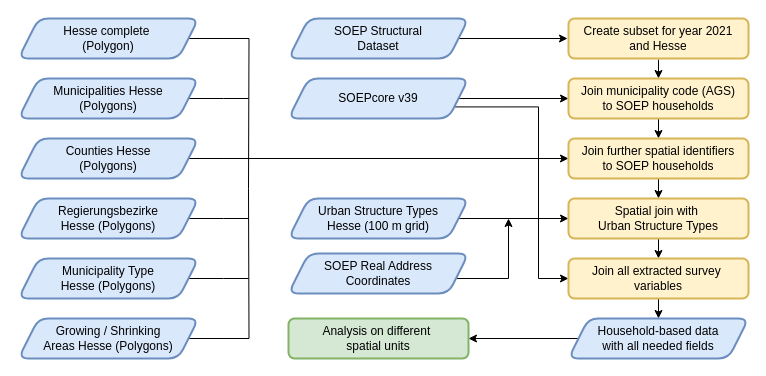
traveller195/draw_io keeps this draw.io diagram as sora/ilus_soep_flowchart_001.drawio. Above is the earlier version. Source tidied: cells renumbered, new cells numbered last; positions are measured from the earlier drawing's top-left corner, leaving out a move shared by most shapes. Both pictures are drawn from the tidied source at 100%, with x=0, y=0 at pixel (18, 18).
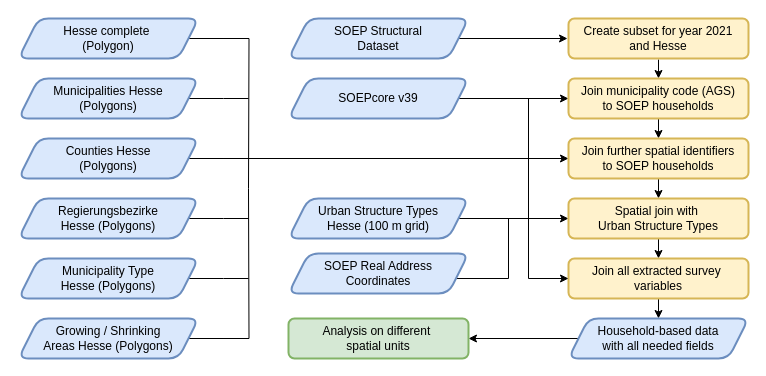
The same page after the edit.

Unchanged cells that the change refers to:
```xml
<mxCell id="6" value="SOEPcore v39" style="shape=parallelogram;perimeter=parallelogramPerimeter;whiteSpace=wrap;html=1;fixedSize=1;rounded=1;strokeWidth=2;fillColor=#dae8fc;strokeColor=#6c8ebf;" parent="1" vertex="1">
  <mxGeometry x="270" y="60" width="180" height="40" as="geometry" />
</mxCell>
<mxCell id="8" value="SOEP Real Address&lt;br&gt;Coordinates" style="shape=parallelogram;perimeter=parallelogramPerimeter;whiteSpace=wrap;html=1;fixedSize=1;rounded=1;strokeWidth=2;fillColor=#dae8fc;strokeColor=#6c8ebf;" parent="1" vertex="1">
  <mxGeometry x="270" y="235" width="180" height="40" as="geometry" />
</mxCell>
<mxCell id="32" value="Join all extracted survey&amp;nbsp;&lt;br&gt;variables" style="rounded=1;whiteSpace=wrap;html=1;strokeWidth=2;fillColor=#fff2cc;strokeColor=#d6b656;" parent="1" vertex="1">
  <mxGeometry x="550" y="240" width="180" height="40" as="geometry" />
</mxCell>
```

Diff of the diagram source:
```diff
@@
-    <mxCell id="5" style="edgeStyle=orthogonalEdgeStyle;rounded=0;jettySize=auto;html=1;exitX=1;exitY=0.75;exitDx=0;exitDy=0;entryX=0;entryY=0.5;entryDx=0;entryDy=0;" parent="1" edge="1" source="6" target="32">
-      <mxGeometry relative="1" as="geometry">
-        <Array as="points">
-          <mxPoint x="520" y="88" />
-          <mxPoint x="520" y="260" />
-        </Array>
-      </mxGeometry>
-    </mxCell>
@@
-    <mxCell id="7" style="edgeStyle=orthogonalEdgeStyle;rounded=0;jettySize=auto;html=1;" parent="1" edge="1" source="8">
+    <mxCell id="7" style="edgeStyle=orthogonalEdgeStyle;rounded=0;jettySize=auto;html=1;endArrow=none;endFill=0;" parent="1" edge="1" source="8">
       <mxGeometry relative="1" as="geometry">
         <mxPoint x="490" y="200" as="targetPoint" />
         <Array as="points">
           <mxPoint x="490" y="260" />
         </Array>
       </mxGeometry>
     </mxCell>
@@
+    <mxCell id="36" style="endArrow=classic;html=1;rounded=0;entryX=0;entryY=0.5;entryDx=0;entryDy=0;" parent="1" edge="1" target="32">
+      <mxGeometry relative="1" as="geometry">
+        <mxPoint x="510" y="80" as="sourcePoint" />
+        <Array as="points">
+          <mxPoint x="510" y="260" />
+        </Array>
+      </mxGeometry>
+    </mxCell>
```
